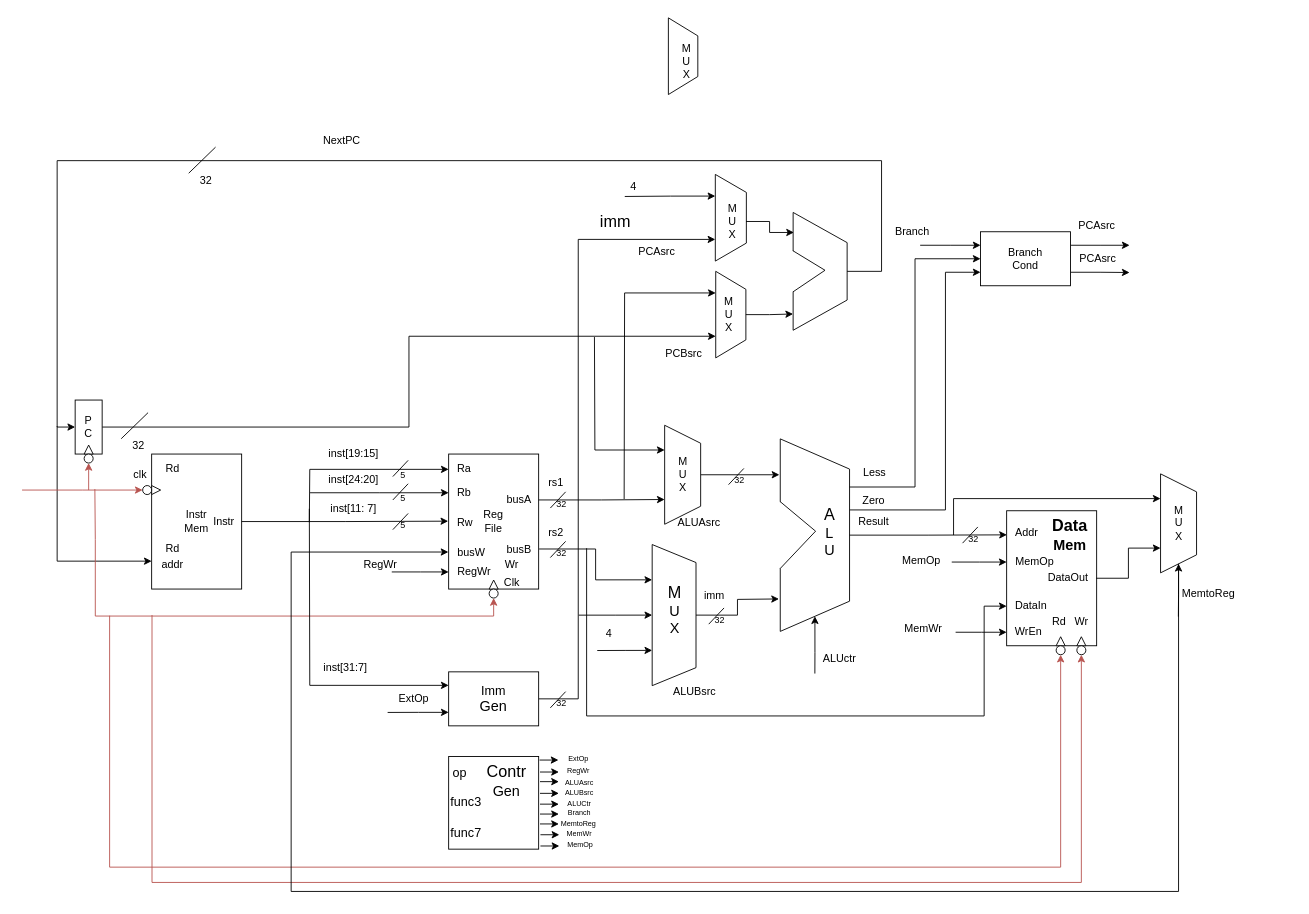
Earlier version of the draw.io diagram riscv32-single.drawio (harder-er/LoongArch_learning). Source tidied: cells renumbered, new cells numbered last; positions are measured from the earlier drawing's top-left corner, leaving out a move shared by most shapes. Both pictures are drawn from the tidied source at 90%, with x=0, y=0 at pixel (22, 15).
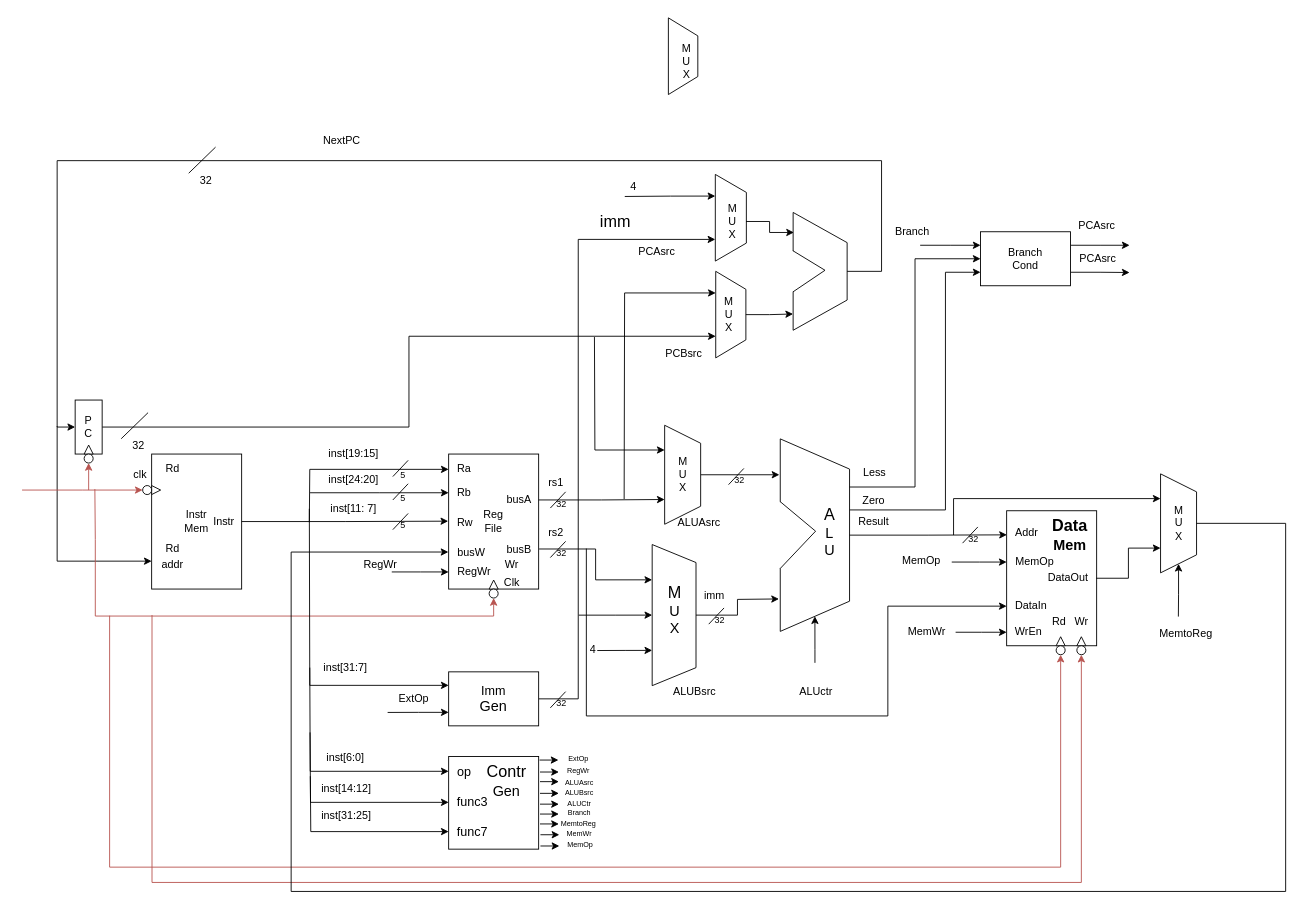
The same diagram, later.

Unchanged cells that the change refers to:
```xml
<mxCell id="27" style="group;" parent="1" vertex="1">
  <mxGeometry x="827" y="517" width="160.9" height="151" as="geometry" />
</mxCell>
<mxCell id="29" style="shape=trapezoid;perimeter=trapezoidPerimeter;whiteSpace=wrap;html=1;fixedSize=1;rotation=90;size=33.55172413793116;" parent="27" vertex="1">
  <mxGeometry x="-53" y="21.6" width="213.9" height="77" as="geometry" />
</mxCell>
<mxCell id="50" style="shape=trapezoid;perimeter=trapezoidPerimeter;whiteSpace=wrap;html=1;fixedSize=1;size=20;rotation=90;" parent="47" vertex="1">
  <mxGeometry x="-35" y="35" width="110" height="40" as="geometry" />
</mxCell>
<mxCell id="75" value="DataIn" style="text;html=1;align=center;verticalAlign=middle;points=[];strokeColor=none;fillColor=none;" parent="1" vertex="1">
  <mxGeometry x="1094" y="643" width="53" height="26" as="geometry" />
</mxCell>
<mxCell id="95" value="busW" style="text;html=1;align=center;verticalAlign=middle;points=[];strokeColor=none;fillColor=none;" parent="1" vertex="1">
  <mxGeometry x="474" y="584" width="49" height="26" as="geometry" />
</mxCell>
```

The edit, as a diff of the source:
```diff
@@
     <mxCell id="28" style="edgeStyle=orthogonalEdgeStyle;rounded=0;jettySize=auto;html=1;exitX=1;exitY=0.5;exitDx=0;exitDy=0;startArrow=classic;startFill=1;endArrow=none;endFill=0;" parent="27" edge="1" source="29">
       <mxGeometry relative="1" as="geometry">
-        <mxPoint x="53.9" y="213.9" as="targetPoint" />
+        <mxPoint x="54" y="202" as="targetPoint" />
       </mxGeometry>
     </mxCell>
@@
     <mxCell id="74" style="edgeStyle=orthogonalEdgeStyle;rounded=0;jettySize=auto;html=1;startArrow=classic;startFill=1;endArrow=none;endFill=0;" parent="1" edge="1" source="75">
       <mxGeometry relative="1" as="geometry">
-        <mxPoint x="627.3" y="591.6" as="targetPoint" />
+        <mxPoint x="627" y="592" as="targetPoint" />
         <Array as="points">
-          <mxPoint x="1069" y="656" />
-          <mxPoint x="1069" y="778" />
+          <mxPoint x="962" y="656" />
+          <mxPoint x="962" y="778" />
           <mxPoint x="627" y="778" />
         </Array>
       </mxGeometry>
     </mxCell>
@@
+    <mxCell id="182" style="edgeStyle=orthogonalEdgeStyle;rounded=0;jettySize=auto;html=1;startArrow=classic;startFill=1;endArrow=none;endFill=0;" parent="1" edge="1" source="104">
+      <mxGeometry relative="1" as="geometry">
+        <mxPoint x="319.7" y="724.3" as="targetPoint" />
+      </mxGeometry>
+    </mxCell>
     <mxCell id="104" value="&lt;font style=&quot;font-size: 14px;&quot;&gt;op&lt;/font&gt;" style="text;html=1;align=center;verticalAlign=middle;points=[];strokeColor=none;fillColor=none;" parent="1" vertex="1">
-      <mxGeometry x="469" y="826" width="34" height="29" as="geometry" />
+      <mxGeometry x="474" y="825" width="34" height="29" as="geometry" />
     </mxCell>
+    <mxCell id="183" style="edgeStyle=orthogonalEdgeStyle;rounded=0;jettySize=auto;html=1;startArrow=classic;startFill=1;endArrow=none;endFill=0;" parent="1" edge="1" source="105">
+      <mxGeometry relative="1" as="geometry">
+        <mxPoint x="320" y="796.3" as="targetPoint" />
+      </mxGeometry>
+    </mxCell>
     <mxCell id="105" value="&lt;font style=&quot;font-size: 14px;&quot;&gt;func3&lt;/font&gt;" style="text;html=1;align=center;verticalAlign=middle;points=[];strokeColor=none;fillColor=none;" parent="1" vertex="1">
-      <mxGeometry x="467" y="859.5" width="52" height="29" as="geometry" />
+      <mxGeometry x="474" y="859.5" width="52" height="29" as="geometry" />
     </mxCell>
+    <mxCell id="184" style="edgeStyle=orthogonalEdgeStyle;rounded=0;jettySize=auto;html=1;startArrow=classic;startFill=1;endArrow=none;endFill=0;" parent="1" edge="1" source="106">
+      <mxGeometry relative="1" as="geometry">
+        <mxPoint x="320.3" y="845" as="targetPoint" />
+      </mxGeometry>
+    </mxCell>
     <mxCell id="106" value="&lt;font style=&quot;font-size: 14px;&quot;&gt;func7&lt;/font&gt;" style="text;html=1;align=center;verticalAlign=middle;points=[];strokeColor=none;fillColor=none;" parent="1" vertex="1">
-      <mxGeometry x="467" y="893.5" width="52" height="29" as="geometry" />
+      <mxGeometry x="474" y="892" width="52" height="29" as="geometry" />
     </mxCell>
@@
     <mxCell id="140" value="4" style="text;html=1;align=center;verticalAlign=middle;strokeColor=none;fillColor=none;" parent="1" vertex="1">
-      <mxGeometry x="639" y="674" width="25" height="26" as="geometry" />
+      <mxGeometry x="621.5" y="692" width="25" height="26" as="geometry" />
     </mxCell>
@@
     <mxCell id="157" value="MemtoReg" style="text;html=1;align=center;verticalAlign=middle;strokeColor=none;fillColor=none;" parent="1" vertex="1">
-      <mxGeometry x="1279" y="629" width="77" height="26" as="geometry" />
+      <mxGeometry x="1254" y="674" width="77" height="26" as="geometry" />
     </mxCell>
@@
     <mxCell id="168" value="ALUctr" style="text;html=1;align=center;verticalAlign=middle;strokeColor=none;fillColor=none;" parent="1" vertex="1">
-      <mxGeometry x="880" y="702" width="55" height="26" as="geometry" />
+      <mxGeometry x="854" y="738" width="55" height="26" as="geometry" />
     </mxCell>
@@
     <mxCell id="170" value="MemWr" style="text;html=1;align=center;verticalAlign=middle;strokeColor=none;fillColor=none;" parent="1" vertex="1">
-      <mxGeometry x="971" y="668" width="60" height="26" as="geometry" />
+      <mxGeometry x="975" y="672" width="60" height="26" as="geometry" />
     </mxCell>
     <mxCell id="171" style="edgeStyle=orthogonalEdgeStyle;rounded=0;jettySize=auto;html=1;entryX=-0.006;entryY=0.456;entryDx=0;entryDy=0;entryPerimeter=0;" parent="1" edge="1" source="50" target="95">
       <mxGeometry relative="1" as="geometry">
         <Array as="points">
-          <mxPoint x="1285" y="973" />
+          <mxPoint x="1404" y="564" />
+          <mxPoint x="1404" y="973" />
           <mxPoint x="299" y="973" />
           <mxPoint x="299" y="596" />
         </Array>
       </mxGeometry>
     </mxCell>
@@
+    <mxCell id="185" value="inst[6:0]" style="text;html=1;align=center;verticalAlign=middle;strokeColor=none;fillColor=none;" parent="1" vertex="1">
+      <mxGeometry x="329" y="812" width="60" height="26" as="geometry" />
+    </mxCell>
+    <mxCell id="186" value="inst[14:12]" style="text;html=1;align=center;verticalAlign=middle;strokeColor=none;fillColor=none;" parent="1" vertex="1">
+      <mxGeometry x="323" y="846" width="73" height="26" as="geometry" />
+    </mxCell>
+    <mxCell id="187" value="inst[31:25]" style="text;html=1;align=center;verticalAlign=middle;strokeColor=none;fillColor=none;" parent="1" vertex="1">
+      <mxGeometry x="323" y="876" width="73" height="26" as="geometry" />
+    </mxCell>
```
